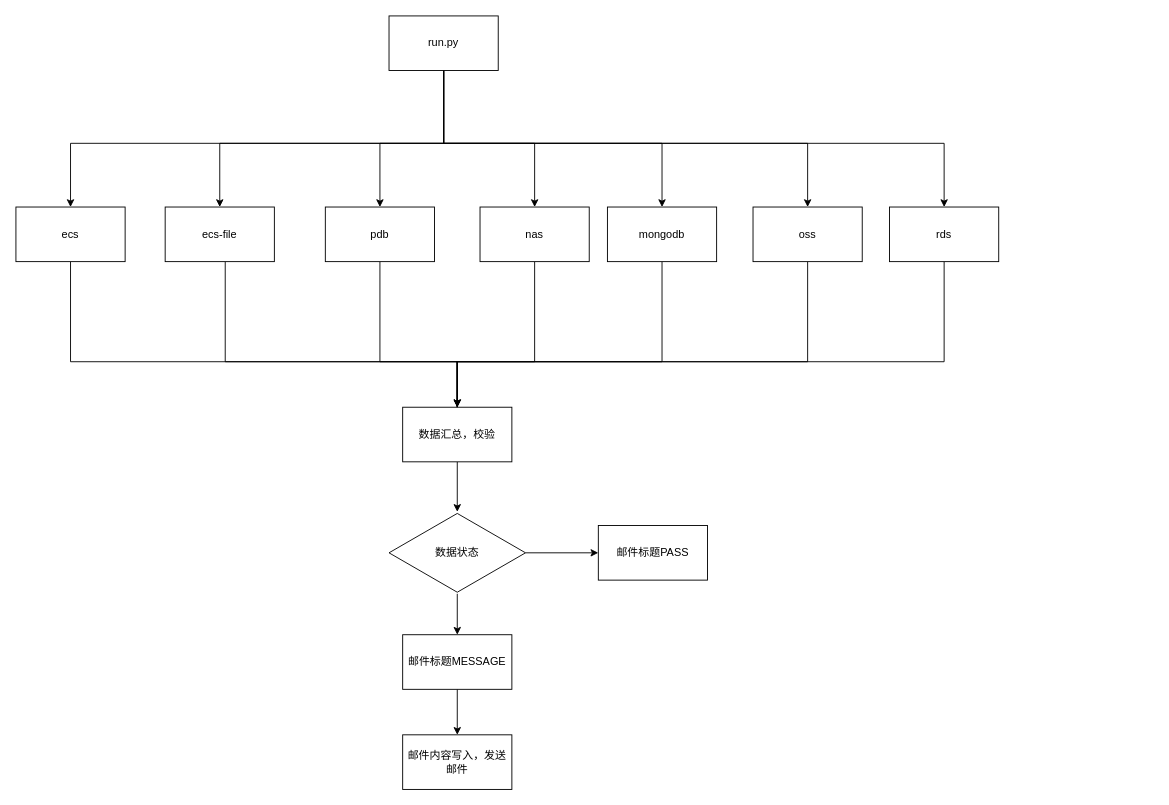
Before: 主线程逻辑.drawio in a744740454/tools, a draw.io diagram. Source tidied: cells renumbered, new cells numbered last; positions are measured from the earlier drawing's top-left corner, leaving out a move shared by most shapes. Both pictures are drawn from the tidied source at 91%, with x=0, y=0 at pixel (15, 15).
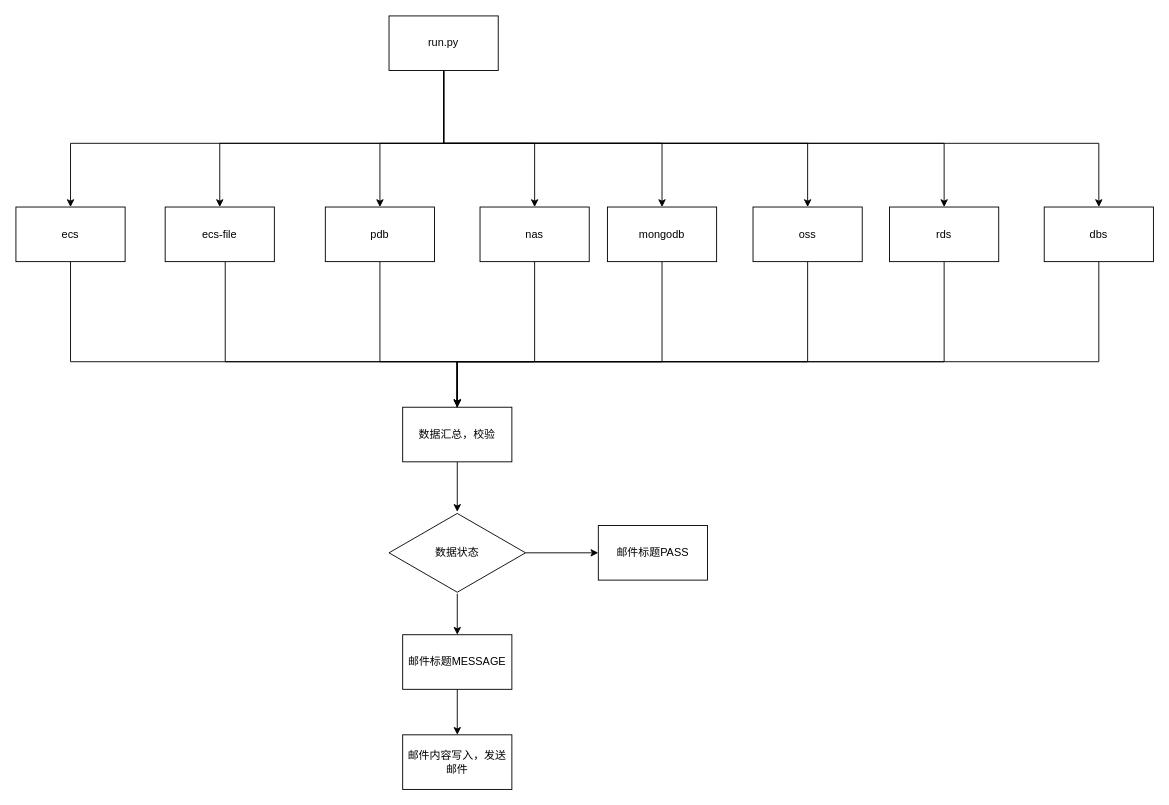
Above is the later version.

Commit message:
更新主线程逻辑.drawio

The change refers to these unchanged cells:
```xml
<mxCell id="9" value="run.py" style="rounded=0;whiteSpace=wrap;html=1;" parent="1" vertex="1">
  <mxGeometry x="410" width="120" height="60" as="geometry" />
</mxCell>
<mxCell id="23" value="数据汇总，校验" style="rounded=0;whiteSpace=wrap;html=1;" parent="1" vertex="1">
  <mxGeometry x="425" y="430" width="120" height="60" as="geometry" />
</mxCell>
```

Change to the diagram source:
```diff
@@
+    <mxCell id="33" style="edgeStyle=orthogonalEdgeStyle;rounded=0;jettySize=auto;html=1;" parent="1" edge="1" source="9" target="35">
+      <mxGeometry relative="1" as="geometry">
+        <Array as="points">
+          <mxPoint x="470" y="140" />
+          <mxPoint x="1190" y="140" />
+        </Array>
+      </mxGeometry>
+    </mxCell>
@@
+    <mxCell id="34" style="edgeStyle=orthogonalEdgeStyle;rounded=0;jettySize=auto;html=1;entryX=0.5;entryY=0;entryDx=0;entryDy=0;" parent="1" edge="1" source="35" target="23">
+      <mxGeometry relative="1" as="geometry">
+        <Array as="points">
+          <mxPoint x="1190" y="380" />
+          <mxPoint x="485" y="380" />
+        </Array>
+      </mxGeometry>
+    </mxCell>
+    <mxCell id="35" value="dbs" style="rounded=0;whiteSpace=wrap;html=1;" parent="1" vertex="1">
+      <mxGeometry x="1130" y="210" width="120" height="60" as="geometry" />
+    </mxCell>
```
